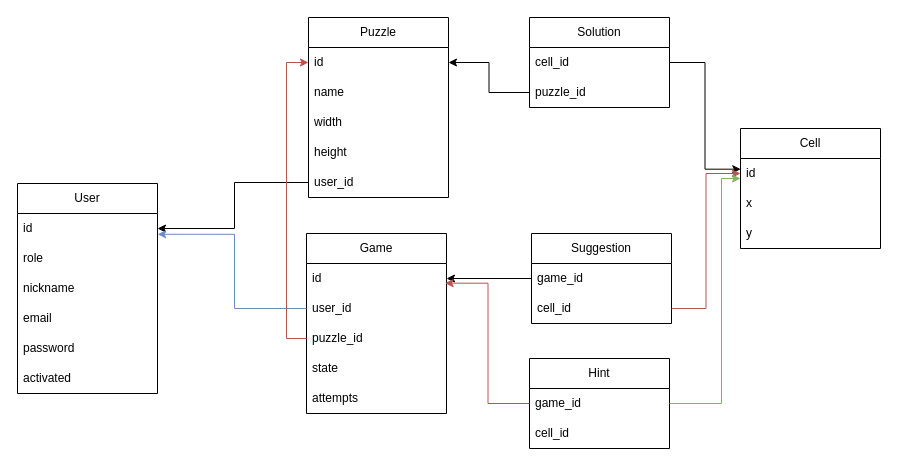
AndrewLozychenko27/Demo-Nonogram keeps this draw.io diagram as db_diagram.drawio. Above is the earlier version. Source tidied: cells renumbered, new cells numbered last; positions are measured from the earlier drawing's top-left corner, leaving out a move shared by most shapes. Both pictures are drawn from the tidied source at 100%, with x=0, y=0 at pixel (17, 17).
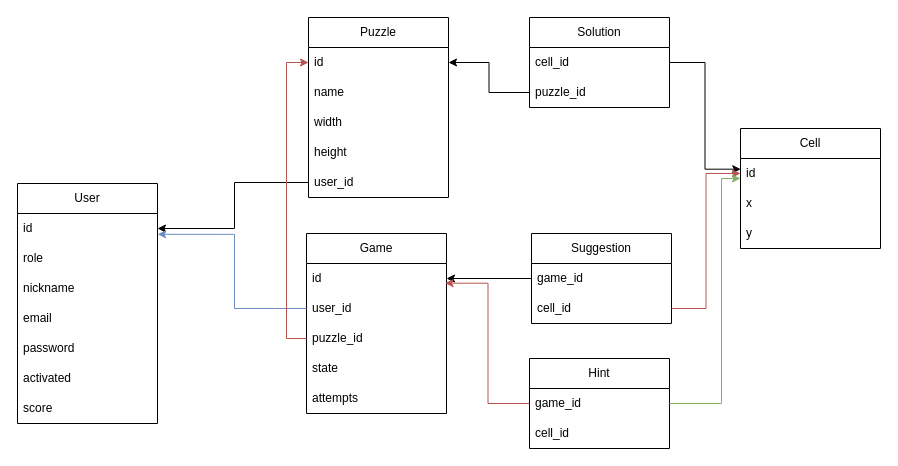
The same page after the edit.

Commit message (it also covers changes not shown here):
Updated DB, added score to users table

What changed in the source:
```diff
@@
     <mxCell id="2" value="User" style="swimlane;fontStyle=0;horizontal=1;startSize=30;whiteSpace=wrap;html=1;" parent="1" vertex="1">
-      <mxGeometry y="166" width="140" height="210" as="geometry" />
+      <mxGeometry y="166" width="140" height="240" as="geometry" />
     </mxCell>
@@
+    <mxCell id="43" value="score" style="text;strokeColor=none;fillColor=none;align=left;verticalAlign=middle;spacingLeft=4;spacingRight=4;overflow=hidden;whiteSpace=wrap;html=1;" parent="2" vertex="1">
+      <mxGeometry y="210" width="140" height="30" as="geometry" />
+    </mxCell>
```
